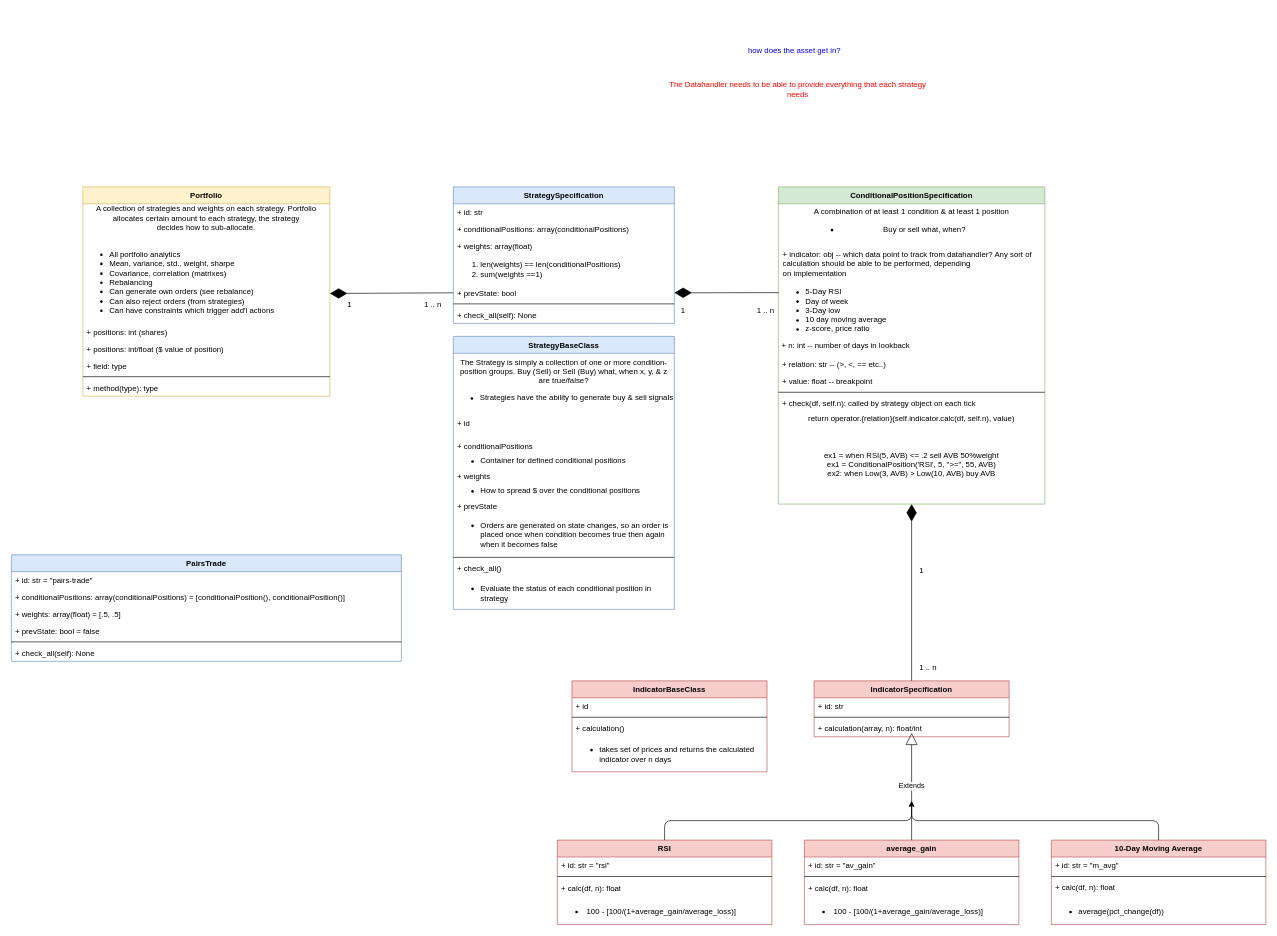
This is Diagrams/Strategy.drawio from leowotzak/LJWEquities, a draw.io file, before an edit. Source tidied: cells renumbered, new cells numbered last; positions are measured from the earlier drawing's top-left corner, leaving out a move shared by most shapes. Both pictures are drawn from the tidied source at 65%, with x=0, y=0 at pixel (11, 11).
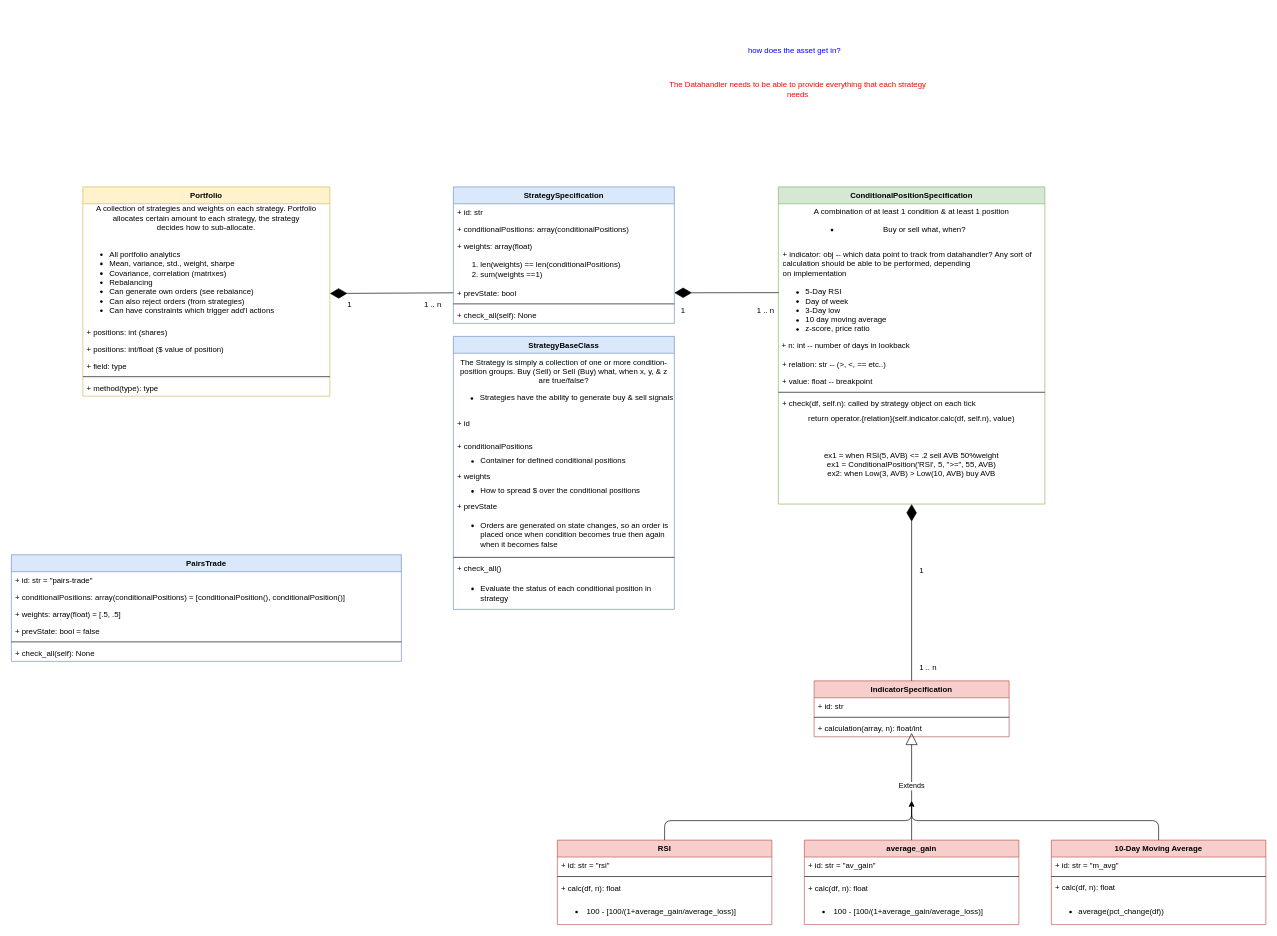
After the change.

Diff of the diagram source:
```diff
@@
-    <mxCell id="43" value="IndicatorBaseClass" style="swimlane;fontStyle=1;align=center;verticalAlign=top;horizontal=1;startSize=26;fillColor=#f8cecc;strokeColor=#b85450;" parent="1" vertex="1">
-      <mxGeometry x="862.5" y="1030" width="300" height="140" as="geometry" />
-    </mxCell>
-    <mxCell id="44" value="+ id" style="text;strokeColor=none;fillColor=none;align=left;verticalAlign=top;spacingLeft=4;spacingRight=4;overflow=hidden;" parent="43" vertex="1">
-      <mxGeometry y="26" width="300" height="26" as="geometry" />
-    </mxCell>
-    <mxCell id="45" style="line;strokeWidth=1;fillColor=none;align=left;verticalAlign=middle;spacingTop=-1;spacingLeft=3;spacingRight=3;labelPosition=right;" parent="43" vertex="1">
-      <mxGeometry y="52" width="300" height="8" as="geometry" />
-    </mxCell>
-    <mxCell id="46" value="+ calculation()" style="text;strokeColor=none;fillColor=none;align=left;verticalAlign=top;spacingLeft=4;spacingRight=4;overflow=hidden;" parent="43" vertex="1">
-      <mxGeometry y="60" width="300" height="26" as="geometry" />
-    </mxCell>
-    <mxCell id="47" value="&lt;ul&gt;&lt;li&gt;&lt;span&gt;takes set of prices and returns the calculated indicator over n days&lt;/span&gt;&lt;/li&gt;&lt;/ul&gt;" style="text;html=1;strokeColor=none;fillColor=none;align=left;verticalAlign=middle;whiteSpace=wrap;rounded=0;" parent="43" vertex="1">
-      <mxGeometry y="86" width="300" height="54" as="geometry" />
-    </mxCell>
```
